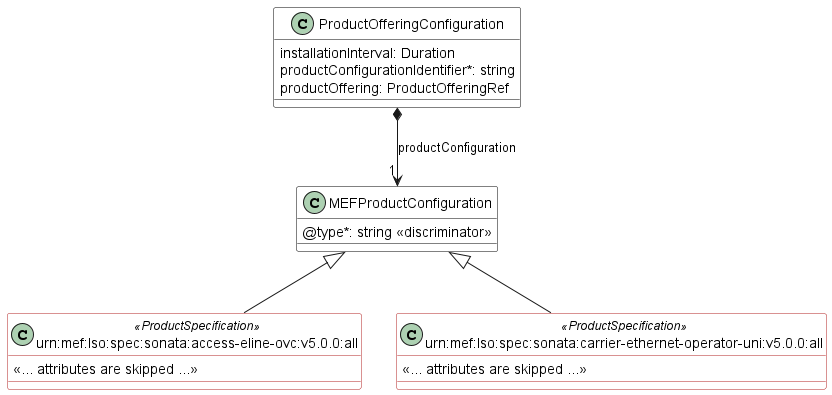
Before: documentation/productApi/availabilityAndPricingDiscovery/media/extension_pattern.png, a diagram exported from PlantUML (MEF-GIT/MEF-LSO-Sonata-SDK).
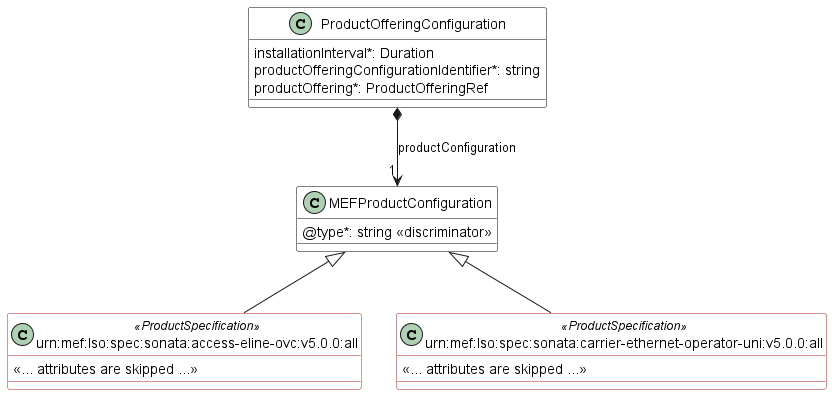
Above is the later version.

Change to the diagram source:
```diff
@@ -7,9 +7,9 @@
 set namespaceSeparator none
 
 class ProductOfferingConfiguration {
-    installationInterval: Duration
-    productConfigurationIdentifier*: string
-    productOffering: ProductOfferingRef
+    installationInterval*: Duration
+    productOfferingConfigurationIdentifier*: string
+    productOffering*: ProductOfferingRef
 }
 
 ProductOfferingConfiguration *-->"1" MEFProductConfiguration : productConfiguration
```
